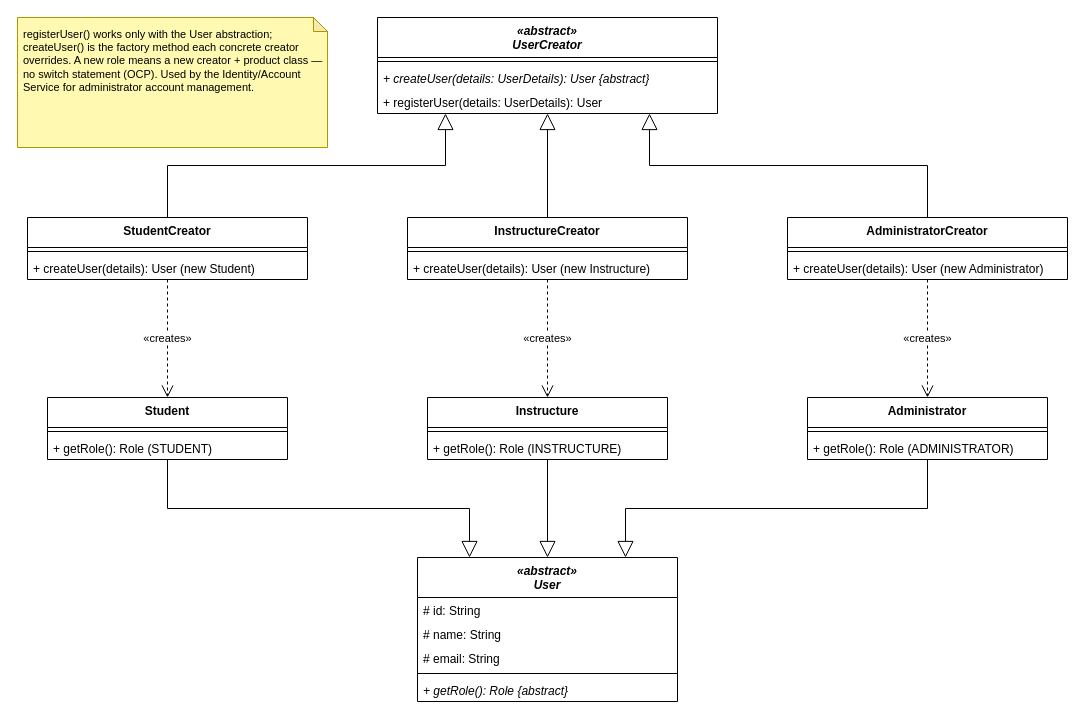
This is Diagrams/Class_diagrams_design_patterns/05-factory-method.drawio from Tharusha-dev/soft_architect_redda, a draw.io file, before an edit. Source tidied: cells renumbered, new cells numbered last; positions are measured from the earlier drawing's top-left corner, leaving out a move shared by most shapes. Both pictures are drawn from the tidied source at 100%, with x=0, y=0 at pixel (17, 17).
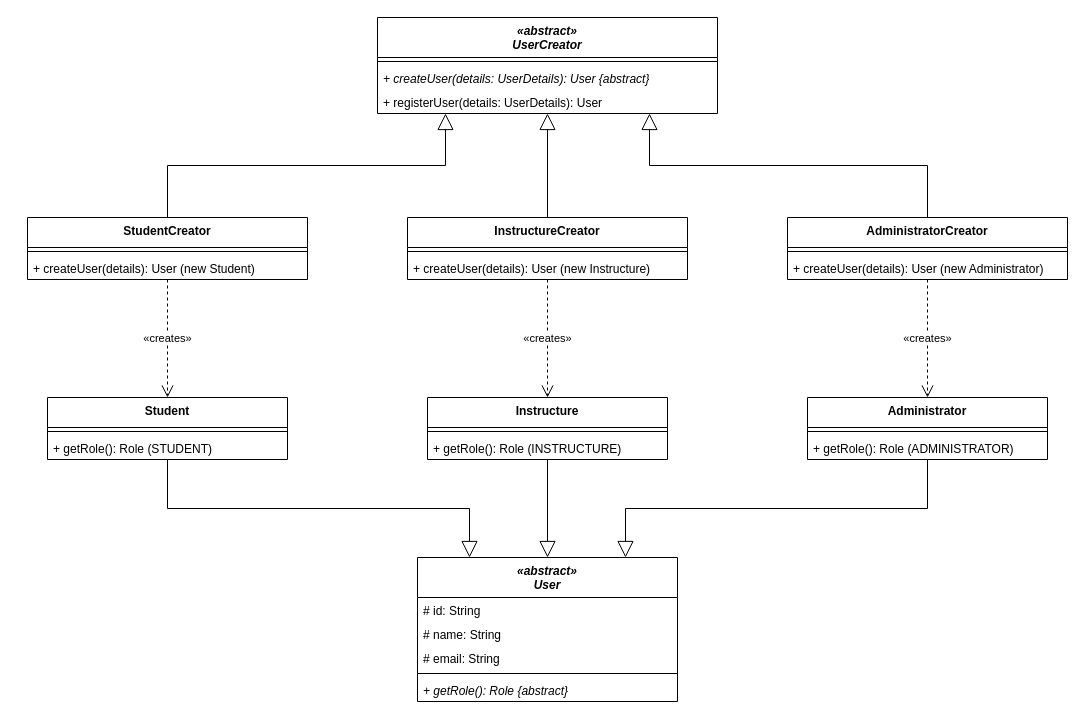
After the change.

The edit, as a diff of the source:
```diff
@@
-    <mxCell id="30" value="registerUser() works only with the User abstraction; createUser() is the factory method each concrete creator overrides. A new role means a new creator + product class — no switch statement (OCP). Used by the Identity/Account Service for administrator account management." style="shape=note;whiteSpace=wrap;html=1;backgroundOutline=1;darkOpacity=0.05;fillColor=#FFF9B2;strokeColor=#B09500;size=14;align=left;verticalAlign=top;spacing=6;fontSize=11;" parent="1" vertex="1">
-      <mxGeometry width="310" height="130" as="geometry" />
-    </mxCell>
```
